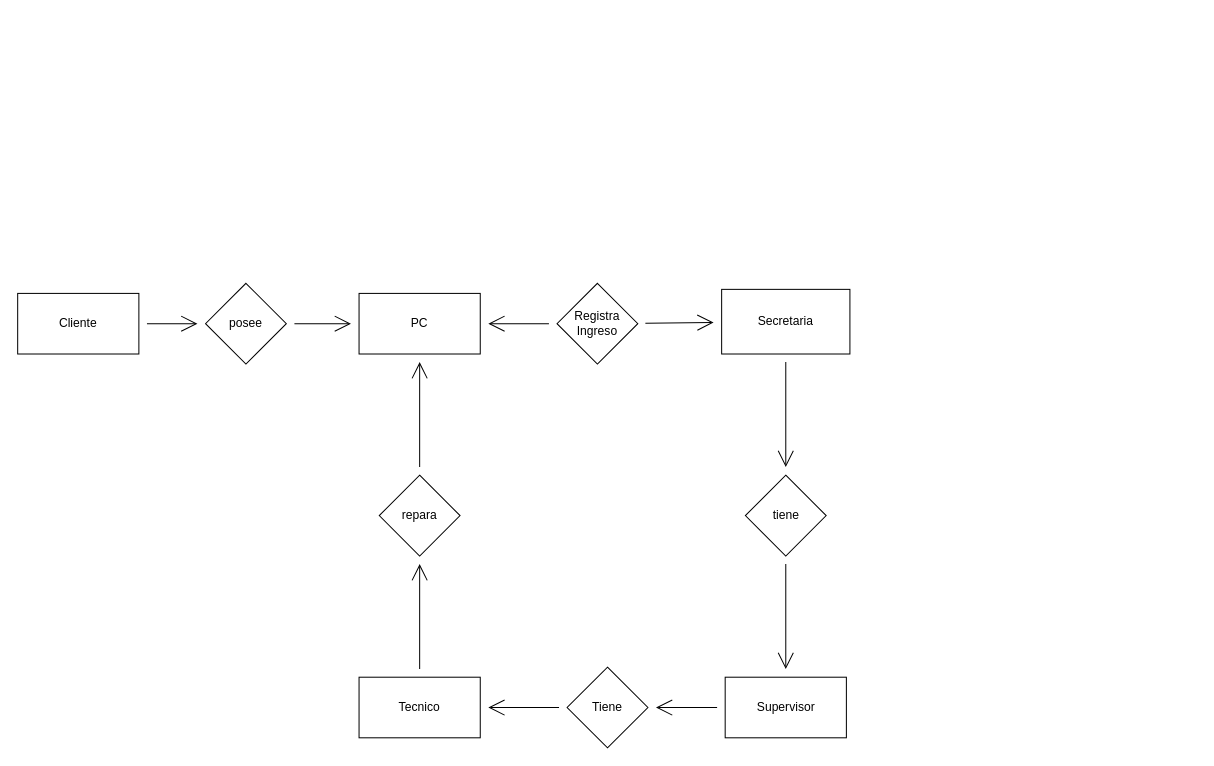
Above: Diagrama sin título.drawio in MaickelS/LoginJava (draw.io), before the change. Source tidied: cells renumbered, new cells numbered last; positions are measured from the earlier drawing's top-left corner, leaving out a move shared by most shapes. Both pictures are drawn from the tidied source at 101%, with x=0, y=0 at pixel (17, 283).
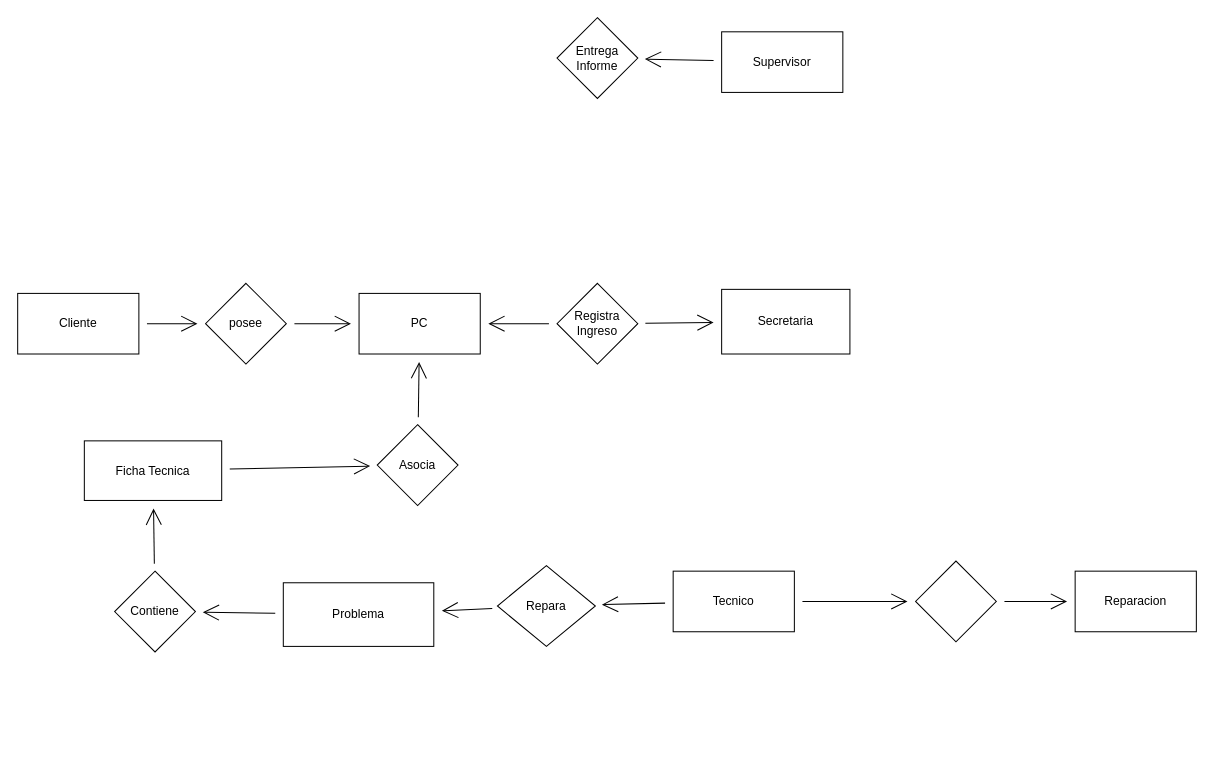
The same page after the edit.

Unchanged cells that the change refers to:
```xml
<mxCell id="6" value="PC" style="whiteSpace=wrap;html=1;hachureGap=4;" parent="1" vertex="1">
  <mxGeometry x="338" y="10" width="120" height="60" as="geometry" />
</mxCell>
<mxCell id="8" value="Secretaria" style="rounded=0;whiteSpace=wrap;html=1;hachureGap=4;" parent="1" vertex="1">
  <mxGeometry x="697" y="6" width="127" height="64" as="geometry" />
</mxCell>
```

The edit, as a diff of the source:
```diff
@@
-    <mxCell id="7" style="edgeStyle=none;curved=1;rounded=0;jettySize=auto;html=1;endArrow=open;startSize=14;endSize=14;sourcePerimeterSpacing=8;targetPerimeterSpacing=8;" parent="1" edge="1" source="8" target="13">
-      <mxGeometry relative="1" as="geometry" />
-    </mxCell>
@@
-    <mxCell id="12" style="edgeStyle=none;curved=1;rounded=0;jettySize=auto;html=1;endArrow=open;startSize=14;endSize=14;sourcePerimeterSpacing=8;targetPerimeterSpacing=8;" parent="1" edge="1" source="13" target="15">
-      <mxGeometry relative="1" as="geometry" />
-    </mxCell>
-    <mxCell id="13" value="tiene" style="rhombus;whiteSpace=wrap;html=1;hachureGap=4;" parent="1" vertex="1">
-      <mxGeometry x="720.5" y="190" width="80" height="80" as="geometry" />
+    <mxCell id="13" value="Entrega Informe" style="rhombus;whiteSpace=wrap;html=1;hachureGap=4;" parent="1" vertex="1">
+      <mxGeometry x="534" y="-263" width="80" height="80" as="geometry" />
     </mxCell>
-    <mxCell id="14" style="edgeStyle=none;curved=1;rounded=0;jettySize=auto;html=1;endArrow=open;startSize=14;endSize=14;sourcePerimeterSpacing=8;targetPerimeterSpacing=8;" parent="1" edge="1" source="15" target="17">
-      <mxGeometry relative="1" as="geometry" />
-    </mxCell>
+    <mxCell id="22" style="edgeStyle=none;curved=1;rounded=0;jettySize=auto;html=1;endArrow=open;startSize=14;endSize=14;sourcePerimeterSpacing=8;targetPerimeterSpacing=8;" parent="1" edge="1" source="15" target="13">
+      <mxGeometry relative="1" as="geometry" />
+    </mxCell>
     <mxCell id="15" value="Supervisor" style="whiteSpace=wrap;html=1;hachureGap=4;" parent="1" vertex="1">
-      <mxGeometry x="700.5" y="390" width="120" height="60" as="geometry" />
+      <mxGeometry x="697" y="-249" width="120" height="60" as="geometry" />
     </mxCell>
-    <mxCell id="16" style="edgeStyle=none;curved=1;rounded=0;jettySize=auto;html=1;endArrow=open;startSize=14;endSize=14;sourcePerimeterSpacing=8;targetPerimeterSpacing=8;" parent="1" edge="1" source="17" target="19">
-      <mxGeometry relative="1" as="geometry" />
-    </mxCell>
-    <mxCell id="17" value="Tiene" style="rhombus;whiteSpace=wrap;html=1;hachureGap=4;" parent="1" vertex="1">
-      <mxGeometry x="544" y="380" width="80" height="80" as="geometry" />
-    </mxCell>
-    <mxCell id="18" style="edgeStyle=none;curved=1;rounded=0;jettySize=auto;html=1;endArrow=open;startSize=14;endSize=14;sourcePerimeterSpacing=8;targetPerimeterSpacing=8;" parent="1" edge="1" source="19" target="21">
-      <mxGeometry relative="1" as="geometry" />
-    </mxCell>
+    <mxCell id="23" style="edgeStyle=none;curved=1;rounded=0;jettySize=auto;html=1;endArrow=open;startSize=14;endSize=14;sourcePerimeterSpacing=8;targetPerimeterSpacing=8;" parent="1" edge="1" source="19" target="30">
+      <mxGeometry relative="1" as="geometry" />
+    </mxCell>
+    <mxCell id="24" style="edgeStyle=none;curved=1;rounded=0;jettySize=auto;html=1;endArrow=open;startSize=14;endSize=14;sourcePerimeterSpacing=8;targetPerimeterSpacing=8;" parent="1" edge="1" source="19" target="36">
+      <mxGeometry relative="1" as="geometry" />
+    </mxCell>
     <mxCell id="19" value="Tecnico" style="whiteSpace=wrap;html=1;hachureGap=4;" parent="1" vertex="1">
-      <mxGeometry x="338" y="390" width="120" height="60" as="geometry" />
+      <mxGeometry x="649" y="285" width="120" height="60" as="geometry" />
     </mxCell>
-    <mxCell id="20" style="edgeStyle=none;curved=1;rounded=0;jettySize=auto;html=1;endArrow=open;startSize=14;endSize=14;sourcePerimeterSpacing=8;targetPerimeterSpacing=8;" parent="1" edge="1" source="21" target="6">
-      <mxGeometry relative="1" as="geometry" />
-    </mxCell>
-    <mxCell id="21" value="repara" style="rhombus;whiteSpace=wrap;html=1;hachureGap=4;" parent="1" vertex="1">
-      <mxGeometry x="358" y="190" width="80" height="80" as="geometry" />
-    </mxCell>
+    <mxCell id="25" style="edgeStyle=none;curved=1;rounded=0;jettySize=auto;html=1;endArrow=open;startSize=14;endSize=14;sourcePerimeterSpacing=8;targetPerimeterSpacing=8;" parent="1" edge="1" source="26" target="28">
+      <mxGeometry relative="1" as="geometry" />
+    </mxCell>
+    <mxCell id="26" value="Ficha Tecnica" style="rounded=0;whiteSpace=wrap;html=1;hachureGap=4;" parent="1" vertex="1">
+      <mxGeometry x="66" y="156" width="136" height="59" as="geometry" />
+    </mxCell>
+    <mxCell id="27" style="edgeStyle=none;curved=1;rounded=0;jettySize=auto;html=1;endArrow=open;startSize=14;endSize=14;sourcePerimeterSpacing=8;targetPerimeterSpacing=8;" parent="1" edge="1" source="28" target="6">
+      <mxGeometry relative="1" as="geometry" />
+    </mxCell>
+    <mxCell id="28" value="Asocia" style="rhombus;whiteSpace=wrap;html=1;hachureGap=4;" parent="1" vertex="1">
+      <mxGeometry x="356" y="140" width="80" height="80" as="geometry" />
+    </mxCell>
+    <mxCell id="29" style="edgeStyle=none;curved=1;rounded=0;jettySize=auto;html=1;endArrow=open;startSize=14;endSize=14;sourcePerimeterSpacing=8;targetPerimeterSpacing=8;" parent="1" edge="1" source="30" target="32">
+      <mxGeometry relative="1" as="geometry" />
+    </mxCell>
+    <mxCell id="30" value="Repara" style="rhombus;whiteSpace=wrap;html=1;hachureGap=4;" parent="1" vertex="1">
+      <mxGeometry x="475" y="279.5" width="97" height="80" as="geometry" />
+    </mxCell>
+    <mxCell id="31" style="edgeStyle=none;curved=1;rounded=0;jettySize=auto;html=1;endArrow=open;startSize=14;endSize=14;sourcePerimeterSpacing=8;targetPerimeterSpacing=8;" parent="1" edge="1" source="32" target="34">
+      <mxGeometry relative="1" as="geometry" />
+    </mxCell>
+    <mxCell id="32" value="Problema" style="rounded=0;whiteSpace=wrap;html=1;hachureGap=4;" parent="1" vertex="1">
+      <mxGeometry x="263" y="296.5" width="149" height="63" as="geometry" />
+    </mxCell>
+    <mxCell id="33" style="edgeStyle=none;curved=1;rounded=0;jettySize=auto;html=1;endArrow=open;startSize=14;endSize=14;sourcePerimeterSpacing=8;targetPerimeterSpacing=8;" parent="1" edge="1" source="34" target="26">
+      <mxGeometry relative="1" as="geometry" />
+    </mxCell>
+    <mxCell id="34" value="Contiene" style="rhombus;whiteSpace=wrap;html=1;hachureGap=4;" parent="1" vertex="1">
+      <mxGeometry x="96" y="285" width="80" height="80" as="geometry" />
+    </mxCell>
+    <mxCell id="35" style="edgeStyle=none;curved=1;rounded=0;jettySize=auto;html=1;endArrow=open;startSize=14;endSize=14;sourcePerimeterSpacing=8;targetPerimeterSpacing=8;" parent="1" edge="1" source="36" target="37">
+      <mxGeometry relative="1" as="geometry" />
+    </mxCell>
+    <mxCell id="36" style="rhombus;whiteSpace=wrap;html=1;hachureGap=4;direction=south;" parent="1" vertex="1">
+      <mxGeometry x="889" y="275" width="80" height="80" as="geometry" />
+    </mxCell>
+    <mxCell id="37" value="Reparacion" style="whiteSpace=wrap;html=1;hachureGap=4;" parent="1" vertex="1">
+      <mxGeometry x="1047" y="285" width="120" height="60" as="geometry" />
+    </mxCell>
```
